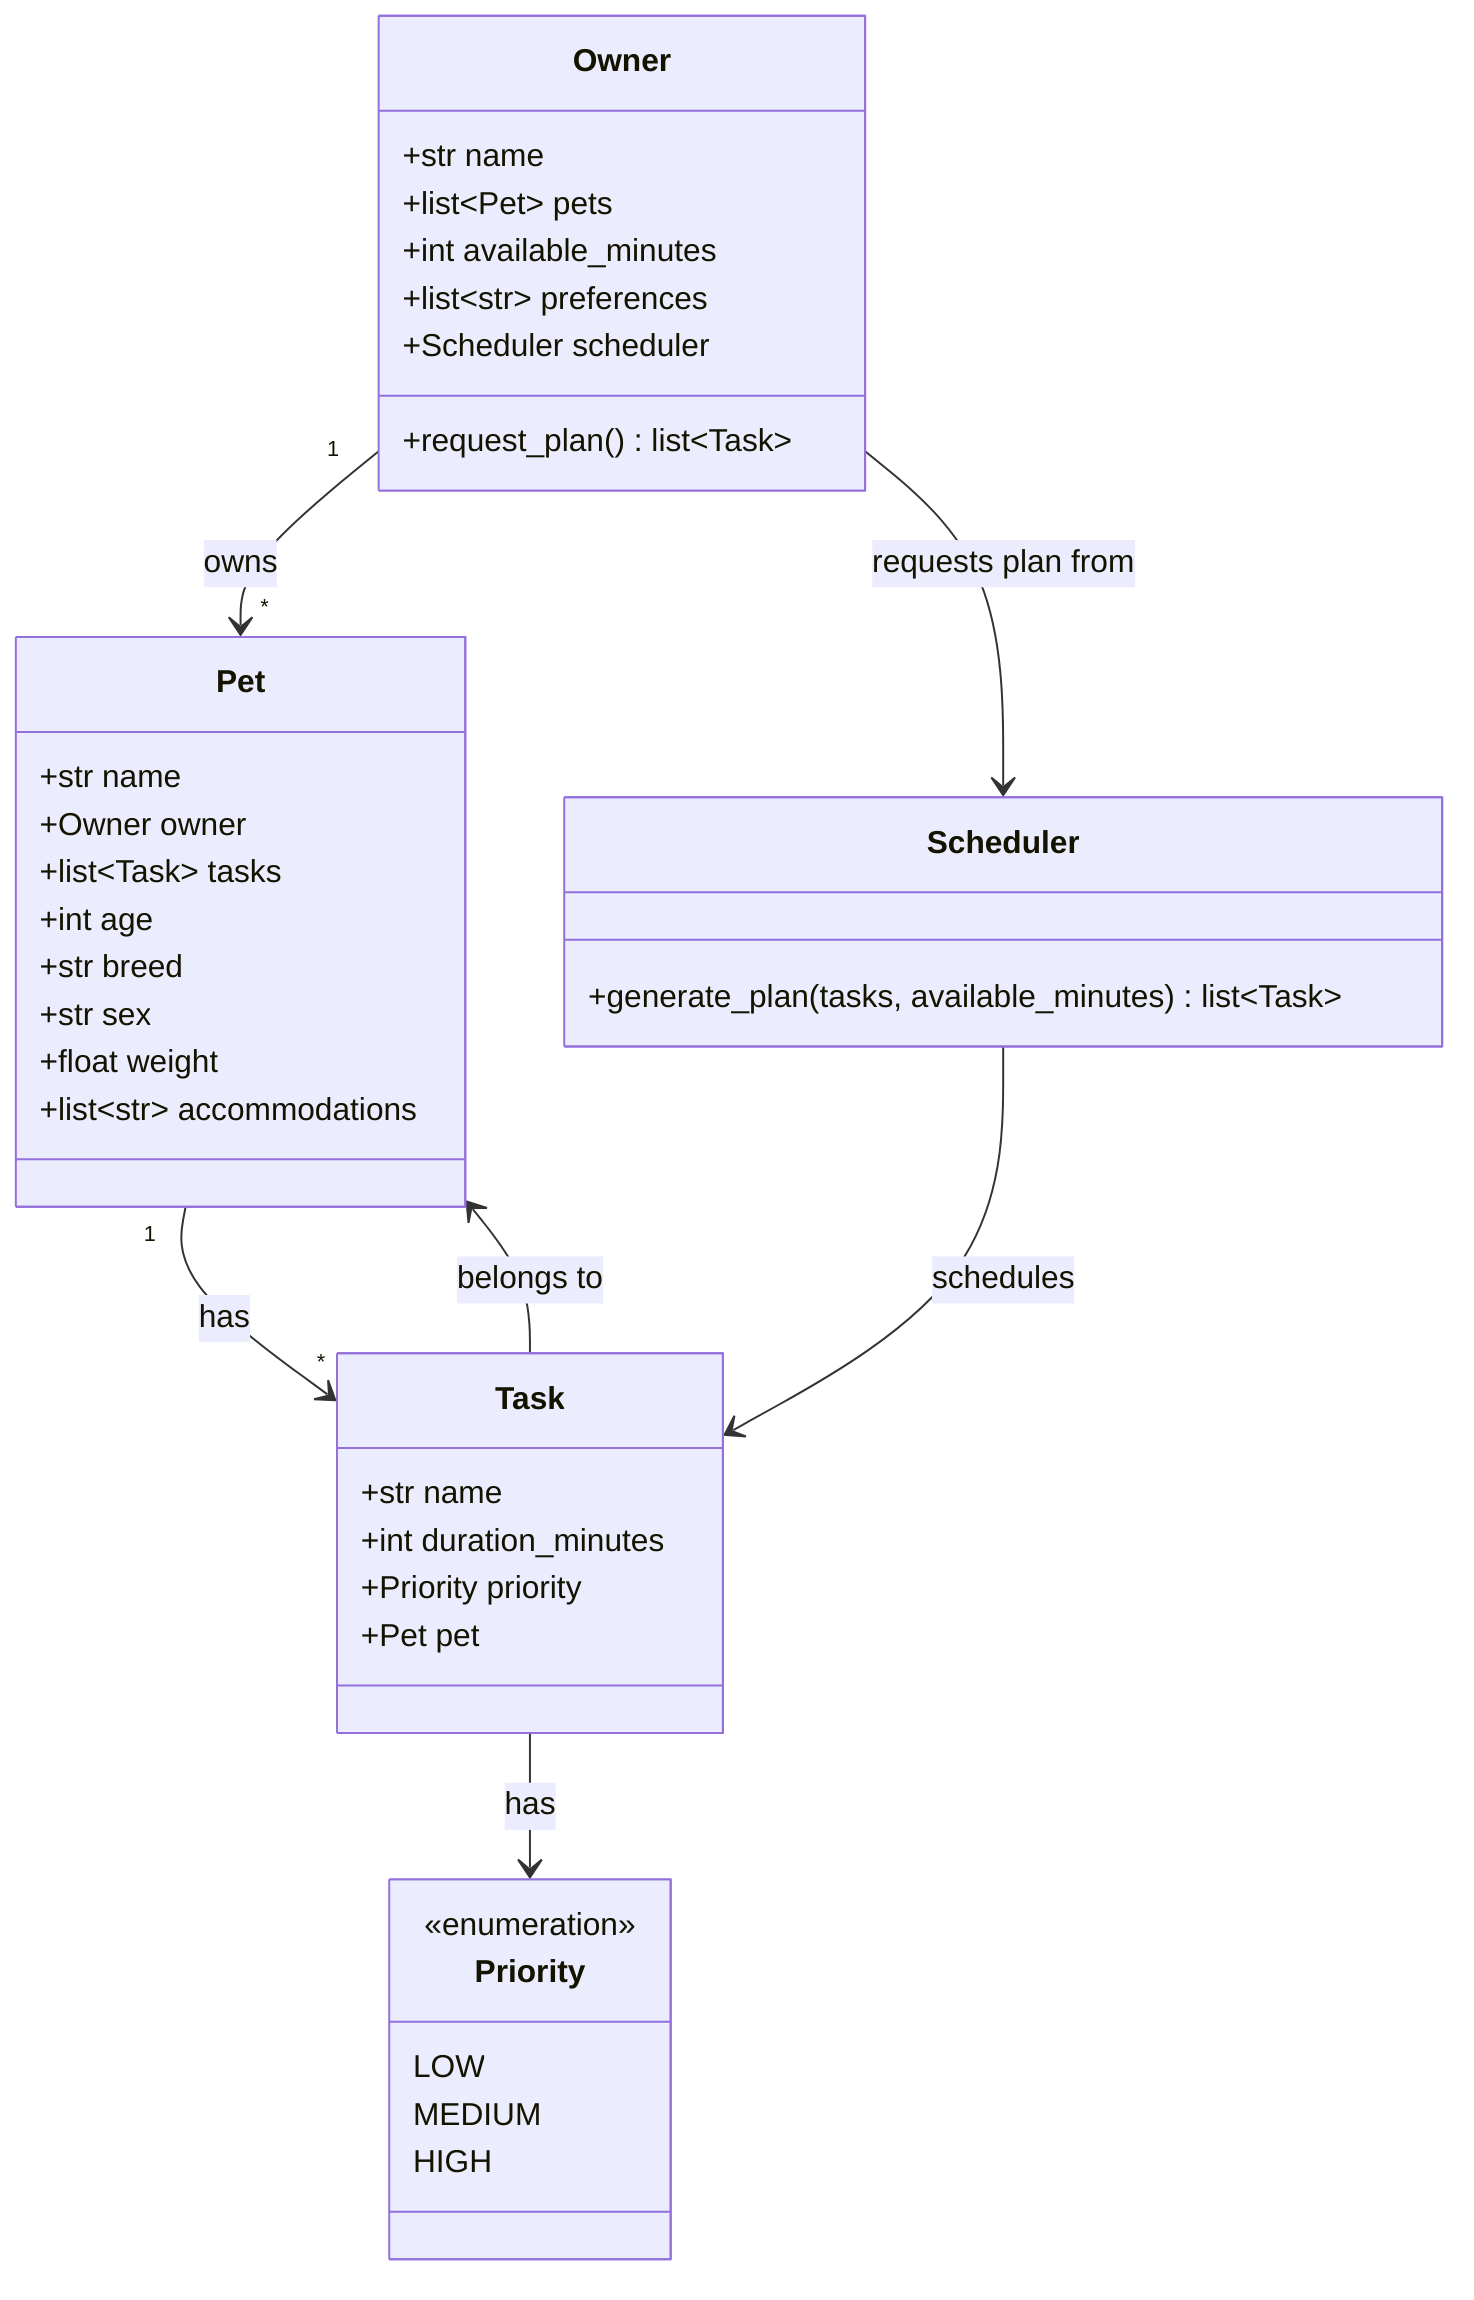
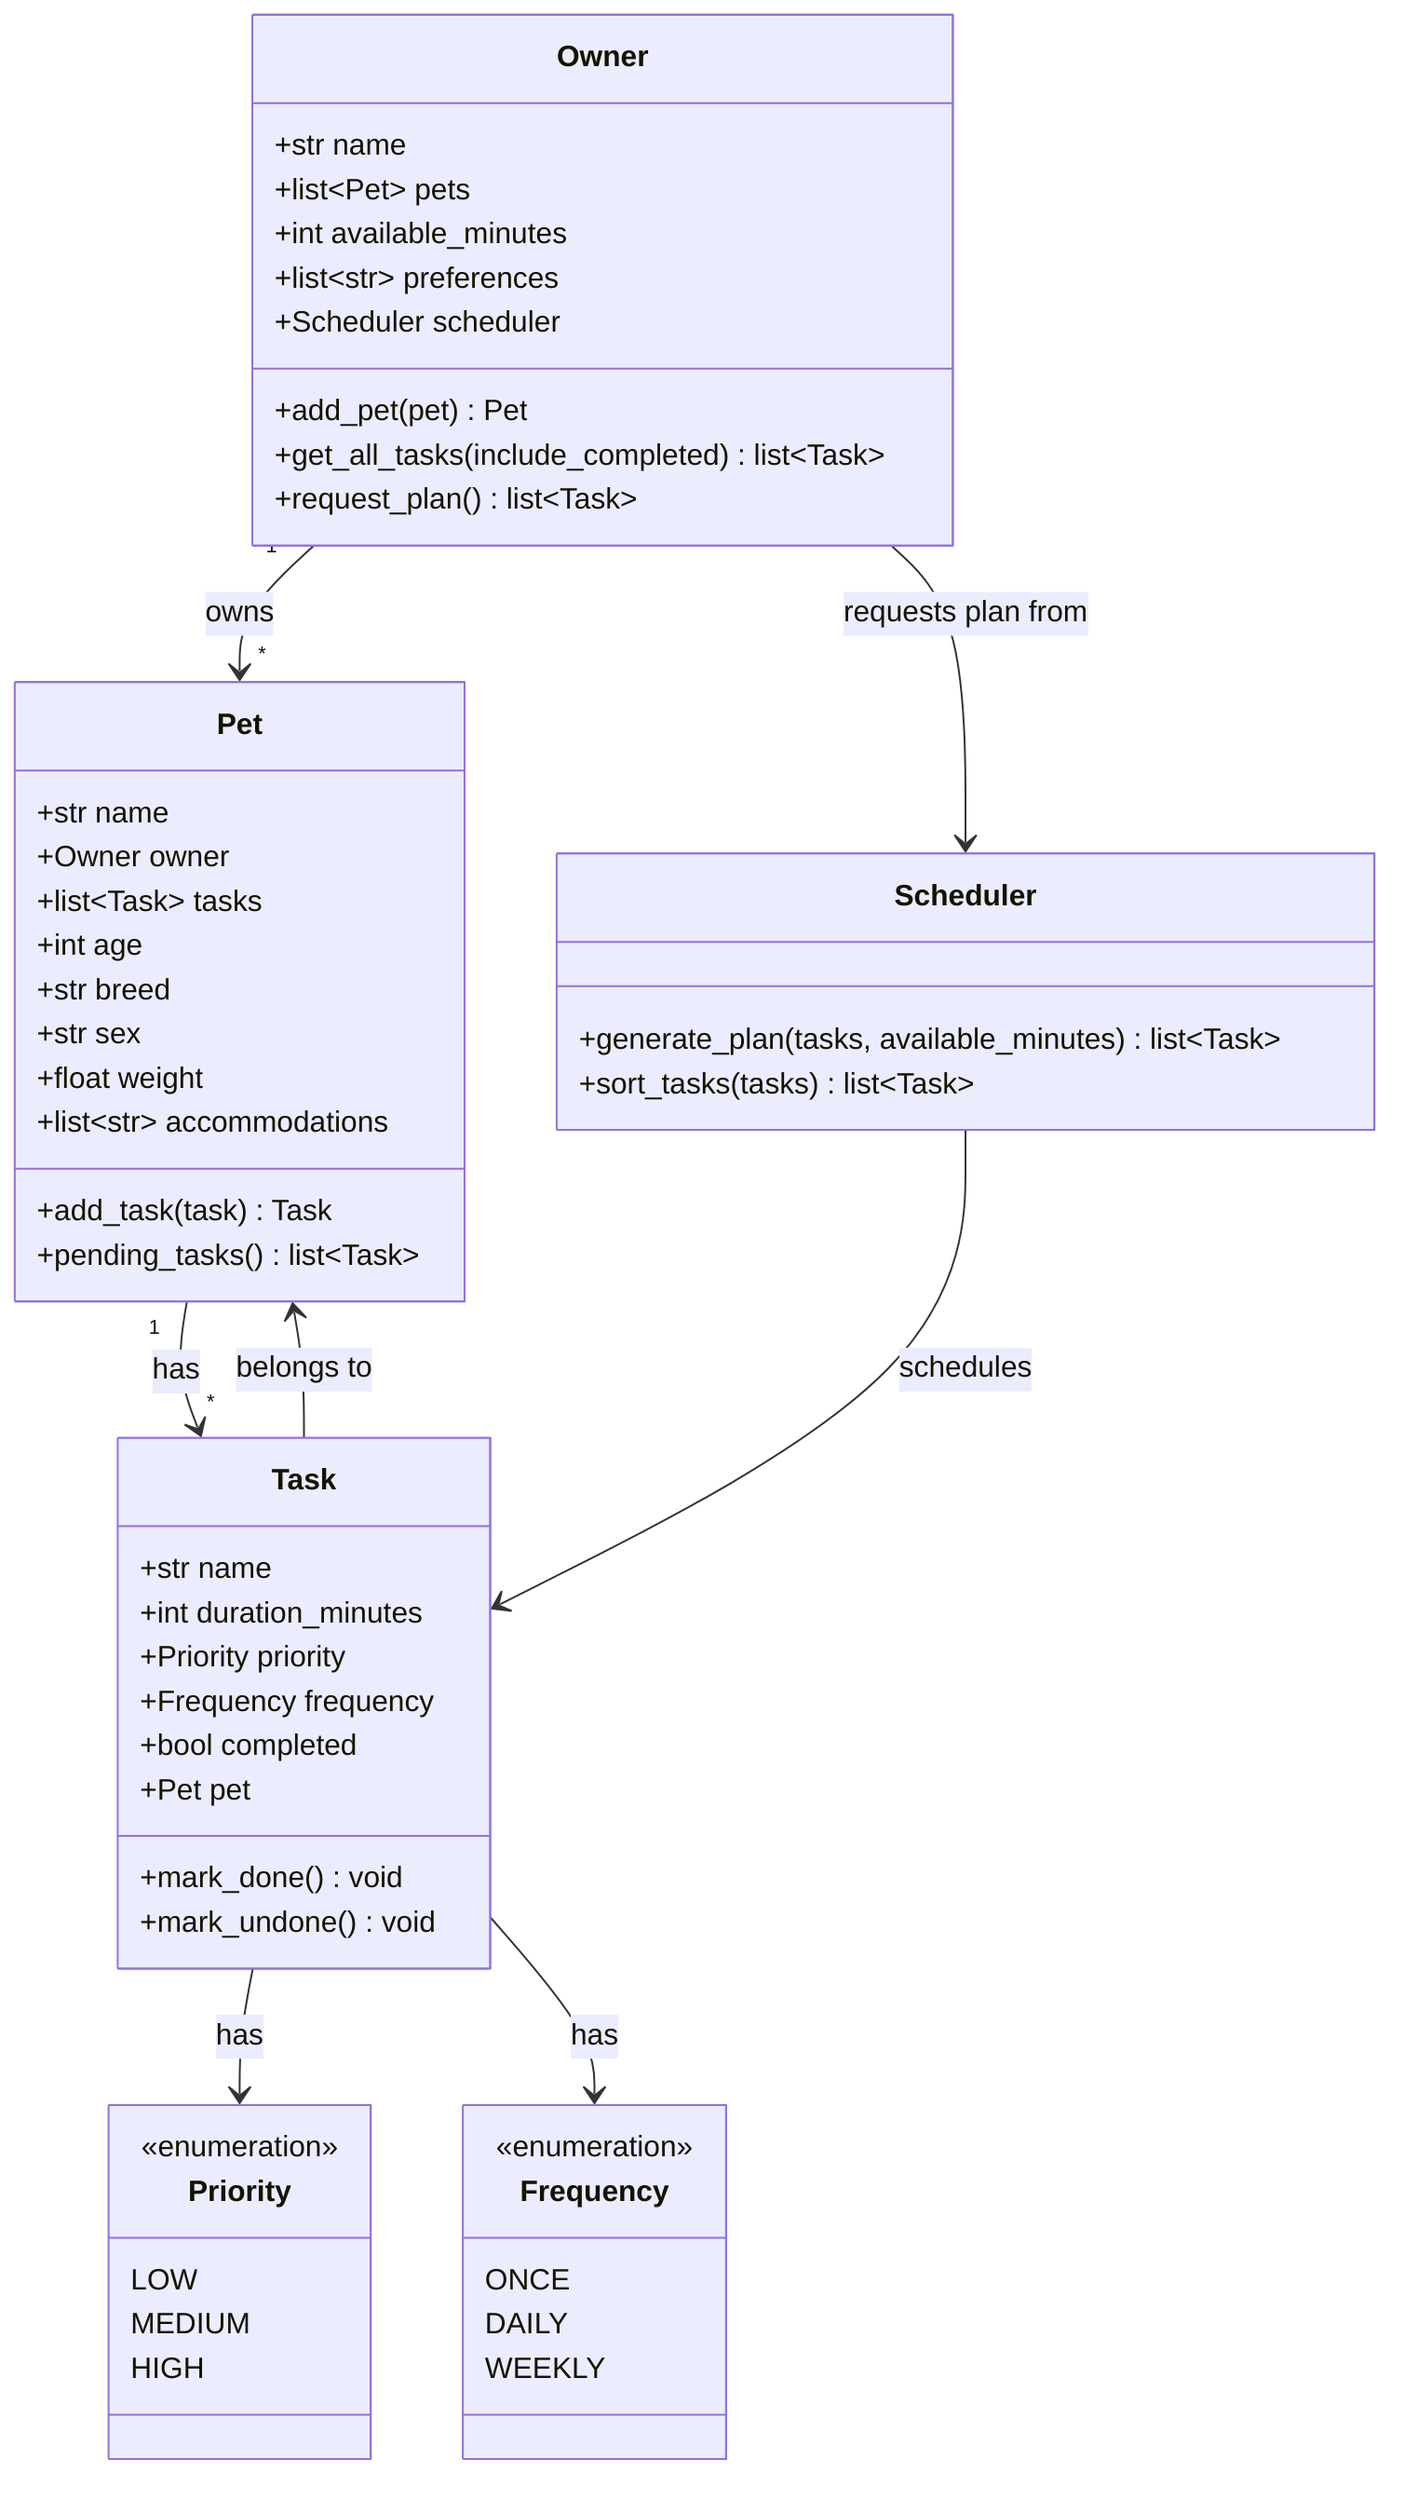
classDiagram
    %% PawPal+ design — kept in sync with pawpal_system.py.

    class Owner {
        +str name
        +list~Pet~ pets
        +int available_minutes
        +list~str~ preferences
        +Scheduler scheduler
+         +add_pet(pet) Pet
+         +get_all_tasks(include_completed) list~Task~
        +request_plan() list~Task~
    }

    class Pet {
        +str name
        +Owner owner
        +list~Task~ tasks
        +int age
        +str breed
        +str sex
        +float weight
        +list~str~ accommodations
+         +add_task(task) Task
+         +pending_tasks() list~Task~
    }

    class Scheduler {
        +generate_plan(tasks, available_minutes) list~Task~
+         +sort_tasks(tasks) list~Task~
    }

    class Task {
        +str name
        +int duration_minutes
        +Priority priority
+         +Frequency frequency
+         +bool completed
        +Pet pet
+         +mark_done() void
+         +mark_undone() void
    }

    class Priority {
        <<enumeration>>
        LOW
        MEDIUM
        HIGH
    }

+     class Frequency {
+         <<enumeration>>
+         ONCE
+         DAILY
+         WEEKLY
+     }
+ 
    Owner "1" --> "*" Pet : owns
    Pet "1" --> "*" Task : has
    Task --> Pet : belongs to
    Task --> Priority : has
+     Task --> Frequency : has
    Owner --> Scheduler : requests plan from
    Scheduler --> Task : schedules
